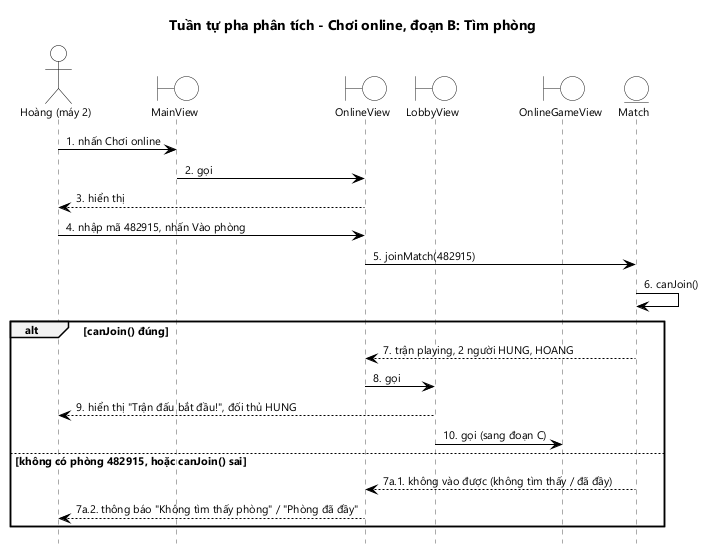
This is docs/hung/tuan-tu-phan-tich-uc05b.png from HungNguyenBa1811/math-dash, a PlantUML export, as it was before one commit. Source of this version:
```plantuml
@startuml tuan-tu-phan-tich-uc05b
!include _seq.iuml
title Tuần tự pha phân tích - Chơi online, đoạn B: Tìm phòng

actor "Hoàng (máy 2)" as U
boundary MainView as MV
boundary OnlineView as OV
boundary LobbyView as LV
boundary OnlineGameView as GV
entity Match as M

U -> MV : nhấn Chơi online
MV -> OV : gọi
OV --> U : hiển thị
U -> OV : nhập mã 482915, nhấn Vào phòng
OV -> M : joinMatch(482915)
M -> M : canJoin()
alt canJoin() đúng
  M --> OV : trận playing, 2 người HUNG, HOANG
  OV -> LV : gọi
  LV --> U : hiển thị "Trận đấu bắt đầu!", đối thủ HUNG
  LV -> GV : gọi (sang đoạn C)
else không có phòng 482915, hoặc canJoin() sai
  autonumber stop
  M --> OV : 7a.1. không vào được (không tìm thấy / đã đầy)
  OV --> U : 7a.2. thông báo "Không tìm thấy phòng" / "Phòng đã đầy"
  autonumber resume
end
@enduml
```
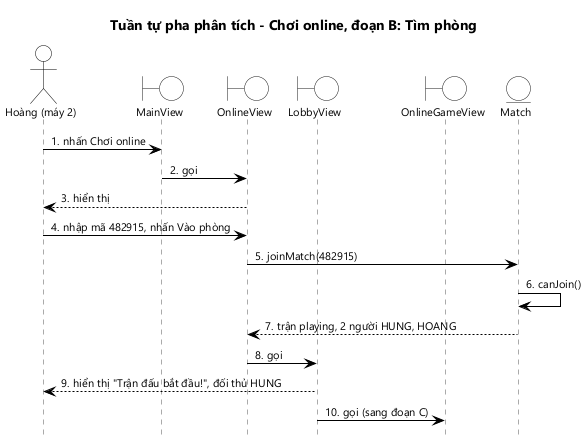
After the commit.

Diff of the diagram source:
```diff
@@ -15,15 +15,8 @@
 U -> OV : nhập mã 482915, nhấn Vào phòng
 OV -> M : joinMatch(482915)
 M -> M : canJoin()
-alt canJoin() đúng
-  M --> OV : trận playing, 2 người HUNG, HOANG
-  OV -> LV : gọi
-  LV --> U : hiển thị "Trận đấu bắt đầu!", đối thủ HUNG
-  LV -> GV : gọi (sang đoạn C)
-else không có phòng 482915, hoặc canJoin() sai
-  autonumber stop
-  M --> OV : 7a.1. không vào được (không tìm thấy / đã đầy)
-  OV --> U : 7a.2. thông báo "Không tìm thấy phòng" / "Phòng đã đầy"
-  autonumber resume
-end
+M --> OV : trận playing, 2 người HUNG, HOANG
+OV -> LV : gọi
+LV --> U : hiển thị "Trận đấu bắt đầu!", đối thủ HUNG
+LV -> GV : gọi (sang đoạn C)
 @enduml
```
